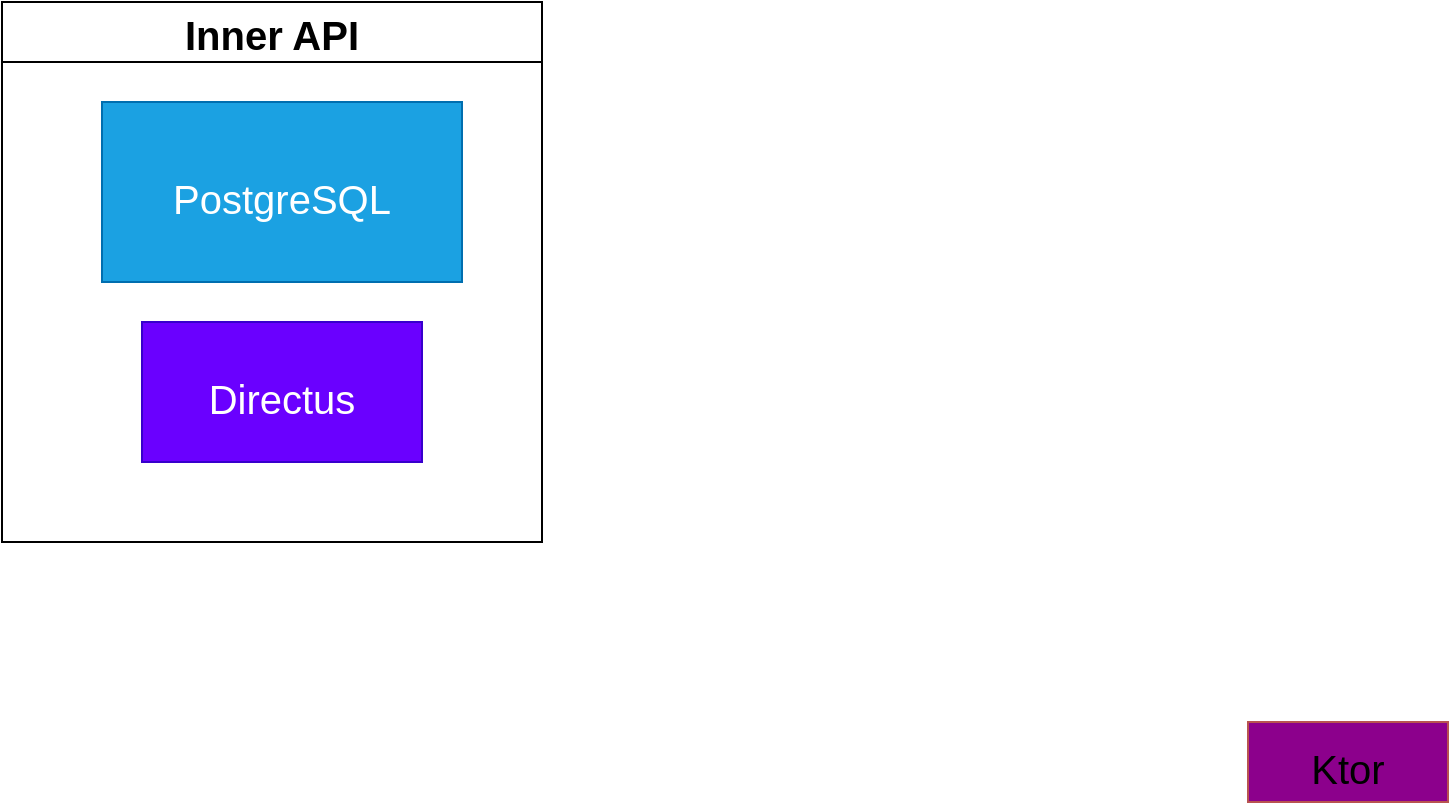
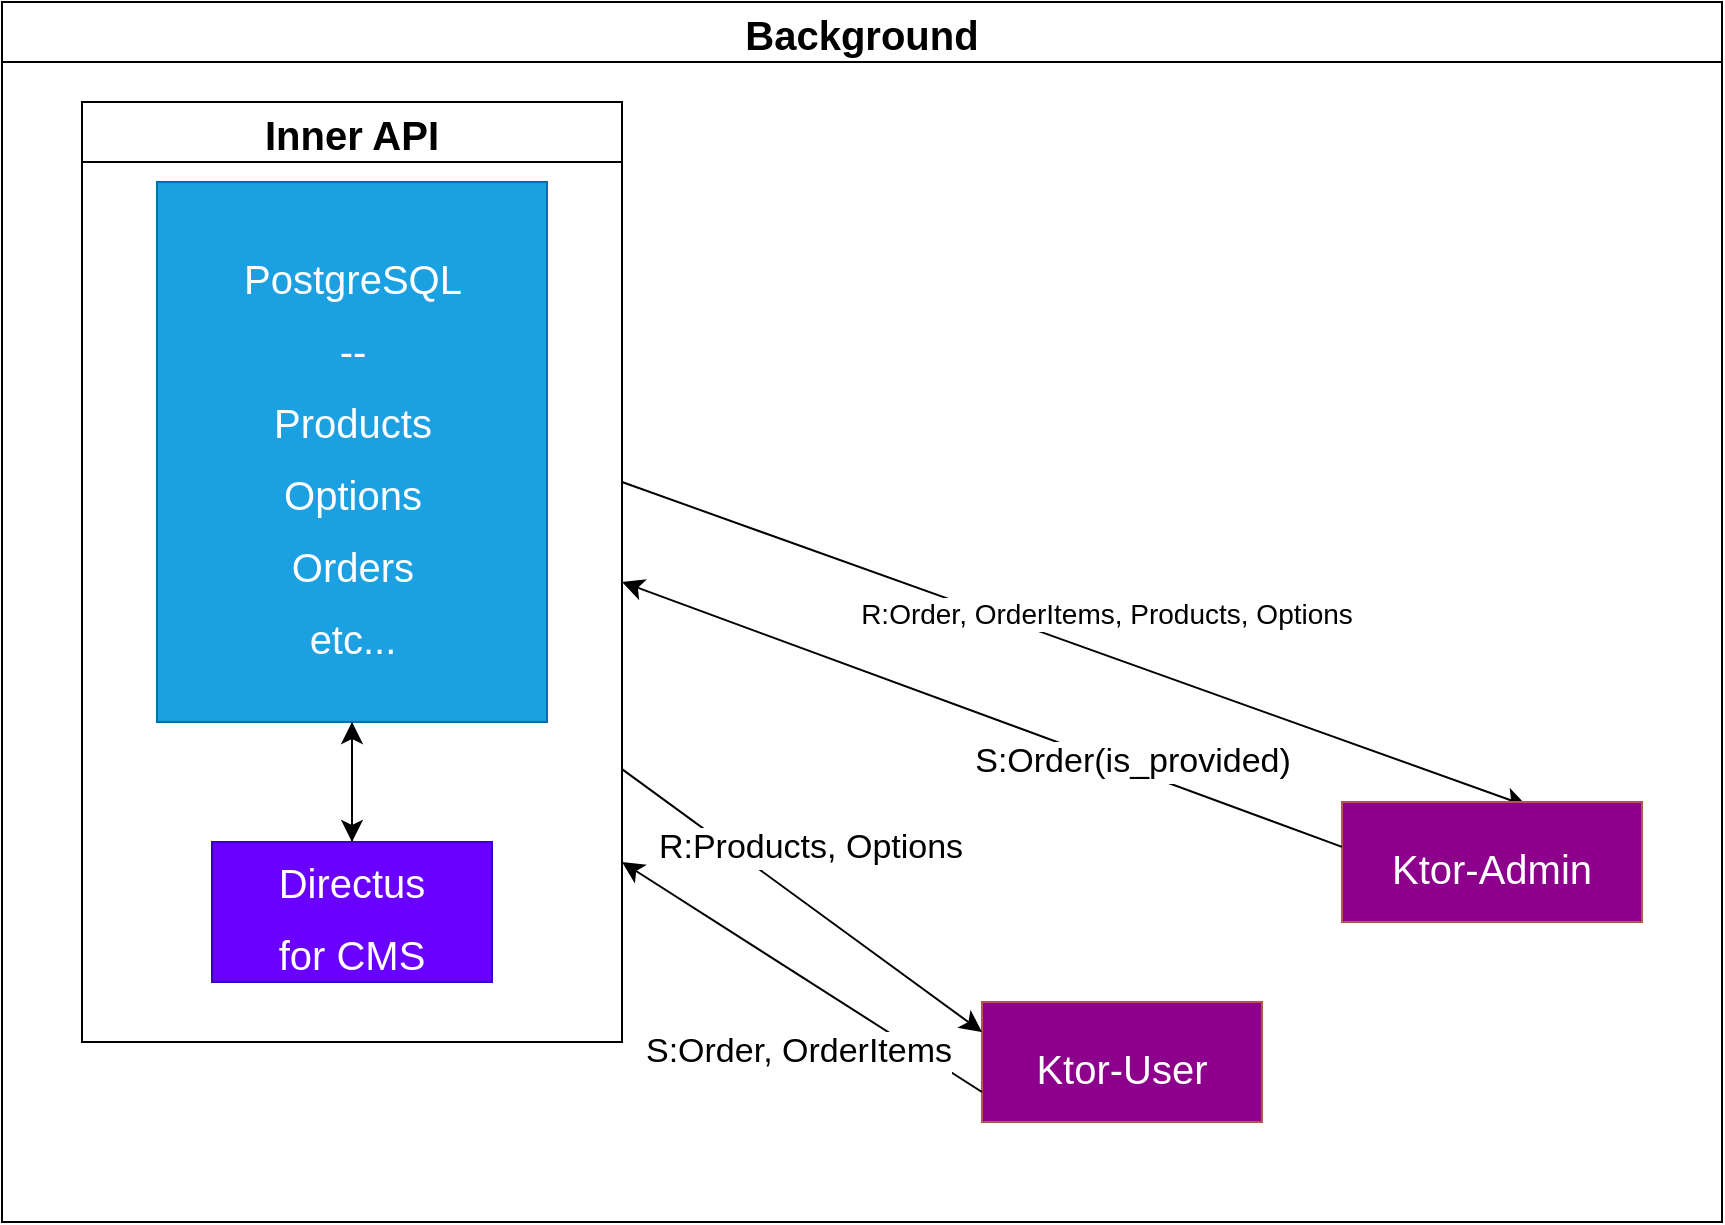
- <mxfile host="Electron">
+ <mxfile host="app.diagrams.net">
  <diagram name="ページ-1" id="q72MlsLIhgidqwDHlQGh">
-     <mxGraphModel dx="1558" dy="632" grid="1" gridSize="10" guides="1" tooltips="1" connect="1" arrows="1" fold="1" page="1" pageScale="1" pageWidth="827" pageHeight="1169" math="0" shadow="0">
+     <mxGraphModel dx="1720" dy="1368" grid="1" gridSize="10" guides="1" tooltips="1" connect="1" arrows="1" fold="1" page="1" pageScale="1" pageWidth="827" pageHeight="1169" math="0" shadow="0">
      <root>
        <mxCell id="0" />
        <mxCell id="1" parent="0" />
-         <mxCell id="dL5f8zYh1LEznC7oVJyu-5" parent="1" style="swimlane;startSize=30;fontSize=20;" value="Inner API" vertex="1">
-           <mxGeometry height="270" width="270" x="-683" y="110" as="geometry" />
+         <mxCell id="qLvGJjh1qoAjc3QmwznD-14" parent="1" style="swimlane;startSize=30;fontSize=20;" value="Background" vertex="1">
+           <mxGeometry height="610" width="860" x="-790" y="60" as="geometry" />
        </mxCell>
-         <mxCell id="dL5f8zYh1LEznC7oVJyu-2" parent="dL5f8zYh1LEznC7oVJyu-5" style="rounded=0;whiteSpace=wrap;html=1;fontSize=30;fillColor=#6a00ff;strokeColor=#3700CC;fontColor=#ffffff;" value="&lt;font style=&quot;font-size: 20px;&quot;&gt;Directus&lt;/font&gt;" vertex="1">
-           <mxGeometry height="70" width="140" x="70" y="160" as="geometry" />
+         <mxCell id="dL5f8zYh1LEznC7oVJyu-5" parent="qLvGJjh1qoAjc3QmwznD-14" style="swimlane;startSize=30;fontSize=20;" value="Inner API" vertex="1">
+           <mxGeometry height="470" width="270" x="40" y="50" as="geometry" />
        </mxCell>
-         <mxCell id="dL5f8zYh1LEznC7oVJyu-3" parent="dL5f8zYh1LEznC7oVJyu-5" style="rounded=0;whiteSpace=wrap;html=1;fontSize=30;fillColor=#1ba1e2;fontColor=#ffffff;strokeColor=#006EAF;" value="&lt;font style=&quot;font-size: 20px;&quot;&gt;PostgreSQL&lt;/font&gt;" vertex="1">
-           <mxGeometry height="90" width="180" x="50" y="50" as="geometry" />
+         <mxCell id="qLvGJjh1qoAjc3QmwznD-5" edge="1" parent="dL5f8zYh1LEznC7oVJyu-5" source="dL5f8zYh1LEznC7oVJyu-3" style="edgeStyle=none;curved=1;rounded=0;orthogonalLoop=1;jettySize=auto;html=1;fontSize=12;startSize=8;endSize=8;" target="dL5f8zYh1LEznC7oVJyu-2">
+           <mxGeometry relative="1" as="geometry" />
        </mxCell>
-         <mxCell id="dL5f8zYh1LEznC7oVJyu-1" parent="1" style="rounded=0;whiteSpace=wrap;html=1;fillColor=light-dark(#8C008C,#8C008C);strokeColor=#b85450;gradientColor=none;fillStyle=auto;fontSize=30;" value="&lt;font style=&quot;font-size: 20px;&quot;&gt;Ktor&lt;/font&gt;" vertex="1">
-           <mxGeometry height="40" width="100" x="-60" y="470" as="geometry" />
+         <mxCell id="dL5f8zYh1LEznC7oVJyu-3" parent="dL5f8zYh1LEznC7oVJyu-5" style="rounded=0;whiteSpace=wrap;html=1;fontSize=30;fillColor=#1ba1e2;fontColor=#ffffff;strokeColor=#006EAF;" value="&lt;font style=&quot;font-size: 20px;&quot;&gt;PostgreSQL&lt;/font&gt;&lt;div&gt;&lt;font style=&quot;font-size: 20px;&quot;&gt;--&lt;/font&gt;&lt;/div&gt;&lt;div&gt;&lt;font style=&quot;font-size: 20px;&quot;&gt;Products&lt;/font&gt;&lt;/div&gt;&lt;div&gt;&lt;font style=&quot;font-size: 20px;&quot;&gt;Options&lt;/font&gt;&lt;/div&gt;&lt;div&gt;&lt;font style=&quot;font-size: 20px;&quot;&gt;Orders&lt;/font&gt;&lt;/div&gt;&lt;div&gt;&lt;font style=&quot;font-size: 20px;&quot;&gt;etc...&lt;/font&gt;&lt;/div&gt;" vertex="1">
+           <mxGeometry height="270" width="195" x="37.5" y="40" as="geometry" />
+         </mxCell>
+         <mxCell id="qLvGJjh1qoAjc3QmwznD-6" edge="1" parent="dL5f8zYh1LEznC7oVJyu-5" source="dL5f8zYh1LEznC7oVJyu-2" style="edgeStyle=none;curved=1;rounded=0;orthogonalLoop=1;jettySize=auto;html=1;fontSize=12;startSize=8;endSize=8;" target="dL5f8zYh1LEznC7oVJyu-3">
+           <mxGeometry relative="1" as="geometry" />
+         </mxCell>
+         <mxCell id="dL5f8zYh1LEznC7oVJyu-2" parent="dL5f8zYh1LEznC7oVJyu-5" style="rounded=0;whiteSpace=wrap;html=1;fontSize=30;fillColor=#6a00ff;strokeColor=#3700CC;fontColor=#ffffff;" value="&lt;font style=&quot;font-size: 20px;&quot;&gt;Directus&lt;/font&gt;&lt;div&gt;&lt;span style=&quot;font-size: 20px;&quot;&gt;for CMS&lt;/span&gt;&lt;/div&gt;" vertex="1">
+           <mxGeometry height="70" width="140" x="65" y="370" as="geometry" />
+         </mxCell>
+         <mxCell id="qLvGJjh1qoAjc3QmwznD-2" edge="1" parent="qLvGJjh1qoAjc3QmwznD-14" style="edgeStyle=none;curved=1;rounded=0;orthogonalLoop=1;jettySize=auto;html=1;fontSize=12;startSize=8;endSize=8;entryX=0.75;entryY=0;entryDx=0;entryDy=0;" value="&lt;font style=&quot;font-size: 14px;&quot;&gt;R:Order, OrderItems, Products, Options&lt;/font&gt;">
+           <mxGeometry relative="1" x="0.053" y="20" as="geometry">
+             <mxPoint x="-3" as="offset" />
+             <Array as="points" />
+             <mxPoint x="310" y="240" as="sourcePoint" />
+             <mxPoint x="762.4999999999999" y="402" as="targetPoint" />
+           </mxGeometry>
+         </mxCell>
+         <mxCell id="qLvGJjh1qoAjc3QmwznD-1" parent="qLvGJjh1qoAjc3QmwznD-14" style="rounded=0;whiteSpace=wrap;html=1;fillColor=light-dark(#8C008C,#8C008C);strokeColor=#b85450;gradientColor=none;fillStyle=auto;fontSize=30;labelBorderColor=none;labelBackgroundColor=none;fontColor=#FFFFFF;" value="&lt;font style=&quot;font-size: 20px;&quot;&gt;Ktor-User&lt;/font&gt;" vertex="1">
+           <mxGeometry height="60" width="140" x="490" y="500" as="geometry" />
+         </mxCell>
+         <mxCell id="qLvGJjh1qoAjc3QmwznD-3" edge="1" parent="qLvGJjh1qoAjc3QmwznD-14" source="dL5f8zYh1LEznC7oVJyu-5" style="edgeStyle=none;curved=1;rounded=0;orthogonalLoop=1;jettySize=auto;html=1;fontSize=12;startSize=8;endSize=8;entryX=0;entryY=0.25;entryDx=0;entryDy=0;" target="qLvGJjh1qoAjc3QmwznD-1">
+           <mxGeometry relative="1" as="geometry">
+             <mxPoint x="540" y="340" as="targetPoint" />
+           </mxGeometry>
+         </mxCell>
+         <mxCell id="qLvGJjh1qoAjc3QmwznD-4" connectable="0" parent="qLvGJjh1qoAjc3QmwznD-3" style="edgeLabel;html=1;align=center;verticalAlign=middle;resizable=0;points=[];fontSize=17;" value="R:Products, Options" vertex="1">
+           <mxGeometry relative="1" x="0.0077" y="8" as="geometry">
+             <mxPoint x="-2" y="-21" as="offset" />
+           </mxGeometry>
+         </mxCell>
+         <mxCell id="dL5f8zYh1LEznC7oVJyu-1" parent="qLvGJjh1qoAjc3QmwznD-14" style="rounded=0;whiteSpace=wrap;html=1;fillColor=light-dark(#8C008C,#8C008C);strokeColor=#b85450;gradientColor=none;fillStyle=auto;fontSize=30;labelBorderColor=none;labelBackgroundColor=none;fontColor=#FFFFFF;" value="&lt;font style=&quot;font-size: 20px;&quot;&gt;Ktor-Admin&lt;/font&gt;" vertex="1">
+           <mxGeometry height="60" width="150" x="670" y="400" as="geometry" />
+         </mxCell>
+         <mxCell id="qLvGJjh1qoAjc3QmwznD-9" edge="1" parent="qLvGJjh1qoAjc3QmwznD-14" style="edgeStyle=none;curved=1;rounded=0;orthogonalLoop=1;jettySize=auto;html=1;fontSize=12;startSize=8;endSize=8;">
+           <mxGeometry relative="1" as="geometry">
+             <mxPoint x="670" y="422.41379310344826" as="sourcePoint" />
+             <mxPoint x="310" y="290" as="targetPoint" />
+           </mxGeometry>
+         </mxCell>
+         <mxCell id="qLvGJjh1qoAjc3QmwznD-10" connectable="0" parent="qLvGJjh1qoAjc3QmwznD-9" style="edgeLabel;html=1;align=center;verticalAlign=middle;resizable=0;points=[];fontSize=12;" value="&lt;span style=&quot;font-size: 17px;&quot;&gt;S:Order(is_provided)&lt;/span&gt;" vertex="1">
+           <mxGeometry relative="1" x="-0.1559" y="5" as="geometry">
+             <mxPoint x="49" y="9" as="offset" />
+           </mxGeometry>
+         </mxCell>
+         <mxCell id="qLvGJjh1qoAjc3QmwznD-7" edge="1" parent="qLvGJjh1qoAjc3QmwznD-14" source="qLvGJjh1qoAjc3QmwznD-1" style="edgeStyle=none;curved=1;rounded=0;orthogonalLoop=1;jettySize=auto;html=1;fontSize=12;startSize=8;endSize=8;exitX=0;exitY=0.75;exitDx=0;exitDy=0;">
+           <mxGeometry relative="1" as="geometry">
+             <mxPoint x="490" y="480" as="sourcePoint" />
+             <mxPoint x="310" y="430" as="targetPoint" />
+           </mxGeometry>
+         </mxCell>
+         <mxCell id="qLvGJjh1qoAjc3QmwznD-8" connectable="0" parent="qLvGJjh1qoAjc3QmwznD-7" style="edgeLabel;html=1;align=center;verticalAlign=middle;resizable=0;points=[];fontSize=12;" value="&lt;span style=&quot;font-size: 17px;&quot;&gt;S:Order, OrderItems&lt;/span&gt;" vertex="1">
+           <mxGeometry relative="1" x="-0.1891" y="4" as="geometry">
+             <mxPoint x="-17" y="23" as="offset" />
+           </mxGeometry>
        </mxCell>
      </root>
    </mxGraphModel>
  </diagram>
</mxfile>
